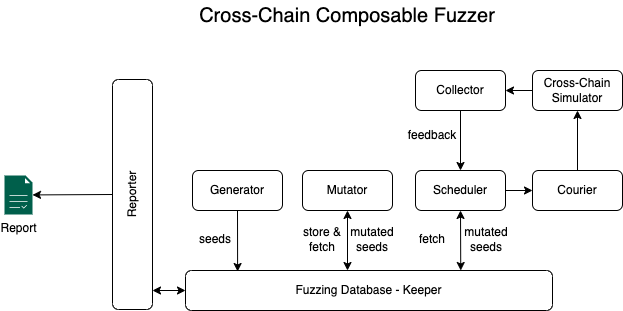
The draw.io diagram cross_chain_composable_fuzzer_architecture.drawio.png in lhymmEU/substrate_pallets_assembler, before a commit. Source tidied: cells renumbered, new cells last; positions are measured from the earlier drawing's top-left corner, leaving out a move shared by most shapes. Its diagram source:
```xml
<mxGraphModel>
  <root>
    <mxCell id="0" />
    <mxCell id="1" parent="0" />
    <mxCell id="2" value="Generator" style="rounded=1;whiteSpace=wrap;html=1;" parent="1" vertex="1">
      <mxGeometry x="188" y="170" width="90" height="40" as="geometry" />
    </mxCell>
    <mxCell id="3" value="Reporter" style="rounded=1;whiteSpace=wrap;html=1;rotation=-90;" parent="1" vertex="1">
      <mxGeometry x="13" y="174" width="230" height="40" as="geometry" />
    </mxCell>
    <mxCell id="4" value="Fuzzing Database - Keeper" style="rounded=1;whiteSpace=wrap;html=1;direction=west;rotation=0;" parent="1" vertex="1">
      <mxGeometry x="181" y="270" width="367" height="40" as="geometry" />
    </mxCell>
    <mxCell id="5" style="endArrow=classic;html=1;rounded=0;entryX=0.858;entryY=0.975;entryDx=0;entryDy=0;exitX=0.5;exitY=1;exitDx=0;exitDy=0;entryPerimeter=0;startArrow=none;startFill=0;" parent="1" edge="1" source="2" target="4">
      <mxGeometry relative="1" as="geometry" />
    </mxCell>
    <mxCell id="6" style="endArrow=classic;html=1;rounded=0;exitX=0.5;exitY=1;exitDx=0;exitDy=0;startArrow=classic;startFill=1;" parent="1" edge="1" source="9">
      <mxGeometry relative="1" as="geometry">
        <mxPoint x="343" y="270" as="targetPoint" />
      </mxGeometry>
    </mxCell>
    <mxCell id="7" style="endArrow=classic;html=1;rounded=0;exitX=0.5;exitY=1;exitDx=0;exitDy=0;entryX=0.25;entryY=1;entryDx=0;entryDy=0;startArrow=classic;startFill=1;" parent="1" edge="1" source="10" target="4">
      <mxGeometry relative="1" as="geometry" />
    </mxCell>
    <mxCell id="8" value="Cross-Chain Composable Fuzzer" style="text;html=1;strokeColor=none;fillColor=none;align=center;verticalAlign=middle;whiteSpace=wrap;rounded=0;fontSize=20;" parent="1" vertex="1">
      <mxGeometry x="183" width="320" height="30" as="geometry" />
    </mxCell>
    <mxCell id="9" value="Mutator" style="rounded=1;whiteSpace=wrap;html=1;" parent="1" vertex="1">
      <mxGeometry x="298" y="170" width="90" height="40" as="geometry" />
    </mxCell>
    <mxCell id="10" value="Scheduler" style="rounded=1;whiteSpace=wrap;html=1;" parent="1" vertex="1">
      <mxGeometry x="411" y="170" width="90" height="40" as="geometry" />
    </mxCell>
    <mxCell id="11" value="Courier" style="rounded=1;whiteSpace=wrap;html=1;" parent="1" vertex="1">
      <mxGeometry x="528" y="170" width="90" height="40" as="geometry" />
    </mxCell>
    <mxCell id="12" style="endArrow=classic;html=1;rounded=0;fontSize=20;entryX=0;entryY=0.5;entryDx=0;entryDy=0;exitX=1;exitY=0.5;exitDx=0;exitDy=0;" parent="1" edge="1" source="10" target="11">
      <mxGeometry relative="1" as="geometry" />
    </mxCell>
    <mxCell id="13" value="Collector" style="rounded=1;whiteSpace=wrap;html=1;" parent="1" vertex="1">
      <mxGeometry x="411" y="70" width="90" height="40" as="geometry" />
    </mxCell>
    <mxCell id="14" style="endArrow=classic;html=1;rounded=0;fontSize=16;exitX=0.5;exitY=1;exitDx=0;exitDy=0;entryX=0.5;entryY=0;entryDx=0;entryDy=0;" parent="1" edge="1" source="13" target="10">
      <mxGeometry relative="1" as="geometry" />
    </mxCell>
    <mxCell id="15" value="seeds" style="text;html=1;strokeColor=none;fillColor=none;align=center;verticalAlign=middle;whiteSpace=wrap;rounded=0;dashed=1;fontSize=12;" parent="1" vertex="1">
      <mxGeometry x="181" y="224" width="60" height="30" as="geometry" />
    </mxCell>
    <mxCell id="16" value="mutated seeds" style="text;html=1;strokeColor=none;fillColor=none;align=center;verticalAlign=middle;whiteSpace=wrap;rounded=0;dashed=1;fontSize=12;" parent="1" vertex="1">
      <mxGeometry x="338" y="224" width="60" height="30" as="geometry" />
    </mxCell>
    <mxCell id="17" value="store &amp;amp; fetch" style="text;html=1;strokeColor=none;fillColor=none;align=center;verticalAlign=middle;whiteSpace=wrap;rounded=0;dashed=1;fontSize=12;" parent="1" vertex="1">
      <mxGeometry x="288" y="224" width="60" height="30" as="geometry" />
    </mxCell>
    <mxCell id="18" value="fetch" style="text;html=1;strokeColor=none;fillColor=none;align=center;verticalAlign=middle;whiteSpace=wrap;rounded=0;dashed=1;fontSize=12;" parent="1" vertex="1">
      <mxGeometry x="398" y="224" width="60" height="30" as="geometry" />
    </mxCell>
    <mxCell id="19" value="mutated seeds" style="text;html=1;strokeColor=none;fillColor=none;align=center;verticalAlign=middle;whiteSpace=wrap;rounded=0;dashed=1;fontSize=12;" parent="1" vertex="1">
      <mxGeometry x="452" y="224" width="60" height="30" as="geometry" />
    </mxCell>
    <mxCell id="20" value="feedback" style="text;html=1;strokeColor=none;fillColor=none;align=center;verticalAlign=middle;whiteSpace=wrap;rounded=0;dashed=1;fontSize=12;" parent="1" vertex="1">
      <mxGeometry x="398" y="120" width="60" height="30" as="geometry" />
    </mxCell>
    <mxCell id="21" value="Report" style="sketch=0;shadow=0;dashed=0;html=1;strokeColor=none;fillColor=#005F4B;labelPosition=center;verticalLabelPosition=bottom;verticalAlign=top;align=center;outlineConnect=0;shape=mxgraph.veeam2.report;fontSize=12;" parent="1" vertex="1">
      <mxGeometry y="175" width="28" height="39" as="geometry" />
    </mxCell>
    <mxCell id="22" style="endArrow=classic;html=1;rounded=0;fontSize=12;exitX=0.5;exitY=0;exitDx=0;exitDy=0;" parent="1" edge="1" source="3" target="21">
      <mxGeometry relative="1" as="geometry" />
    </mxCell>
    <mxCell id="23" style="endArrow=classic;startArrow=classic;html=1;rounded=0;entryX=1;entryY=0.5;entryDx=0;entryDy=0;" parent="1" edge="1" target="4">
      <mxGeometry relative="1" as="geometry">
        <mxPoint x="148" y="290" as="sourcePoint" />
      </mxGeometry>
    </mxCell>
    <mxCell id="24" value="Cross-Chain Simulator" style="rounded=1;whiteSpace=wrap;html=1;" parent="1" vertex="1">
      <mxGeometry x="528" y="70" width="90" height="40" as="geometry" />
    </mxCell>
    <mxCell id="25" style="endArrow=classic;html=1;rounded=0;entryX=0.5;entryY=1;entryDx=0;entryDy=0;exitX=0.5;exitY=0;exitDx=0;exitDy=0;" parent="1" edge="1" source="11" target="24">
      <mxGeometry relative="1" as="geometry" />
    </mxCell>
    <mxCell id="26" style="endArrow=classic;html=1;rounded=0;entryX=1;entryY=0.5;entryDx=0;entryDy=0;exitX=0;exitY=0.5;exitDx=0;exitDy=0;" parent="1" edge="1" source="24" target="13">
      <mxGeometry relative="1" as="geometry" />
    </mxCell>
  </root>
</mxGraphModel>
```
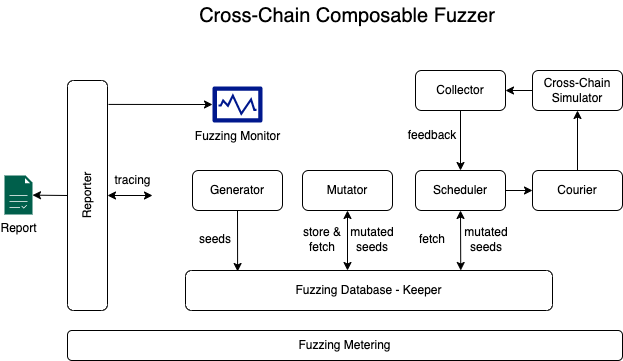
After the change.

Commit message:
update fuzzer design

Change to the diagram source:
```diff
@@ -6,7 +6,7 @@
       <mxGeometry x="188" y="170" width="90" height="40" as="geometry" />
     </mxCell>
     <mxCell id="3" value="Reporter" style="rounded=1;whiteSpace=wrap;html=1;rotation=-90;" parent="1" vertex="1">
-      <mxGeometry x="13" y="174" width="230" height="40" as="geometry" />
+      <mxGeometry x="-32" y="175" width="230" height="40" as="geometry" />
     </mxCell>
     <mxCell id="4" value="Fuzzing Database - Keeper" style="rounded=1;whiteSpace=wrap;html=1;direction=west;rotation=0;" parent="1" vertex="1">
       <mxGeometry x="181" y="270" width="367" height="40" as="geometry" />
@@ -67,9 +67,9 @@
     <mxCell id="22" style="endArrow=classic;html=1;rounded=0;fontSize=12;exitX=0.5;exitY=0;exitDx=0;exitDy=0;" parent="1" edge="1" source="3" target="21">
       <mxGeometry relative="1" as="geometry" />
     </mxCell>
-    <mxCell id="23" style="endArrow=classic;startArrow=classic;html=1;rounded=0;entryX=1;entryY=0.5;entryDx=0;entryDy=0;" parent="1" edge="1" target="4">
+    <mxCell id="23" style="endArrow=classic;startArrow=classic;html=1;rounded=0;exitX=0.5;exitY=1;exitDx=0;exitDy=0;" parent="1" edge="1" source="3">
       <mxGeometry relative="1" as="geometry">
-        <mxPoint x="148" y="290" as="sourcePoint" />
+        <mxPoint x="148" y="195" as="targetPoint" />
       </mxGeometry>
     </mxCell>
     <mxCell id="24" value="Cross-Chain Simulator" style="rounded=1;whiteSpace=wrap;html=1;" parent="1" vertex="1">
@@ -81,5 +81,17 @@
     <mxCell id="26" style="endArrow=classic;html=1;rounded=0;entryX=1;entryY=0.5;entryDx=0;entryDy=0;exitX=0;exitY=0.5;exitDx=0;exitDy=0;" parent="1" edge="1" source="24" target="13">
       <mxGeometry relative="1" as="geometry" />
     </mxCell>
+    <mxCell id="27" value="Fuzzing Monitor" style="sketch=0;shadow=0;dashed=0;html=1;strokeColor=none;labelPosition=center;verticalLabelPosition=bottom;verticalAlign=top;align=center;fillColor=#00188D;shape=mxgraph.mscae.enterprise.performance_monitor;" parent="1" vertex="1">
+      <mxGeometry x="208" y="86" width="50" height="36" as="geometry" />
+    </mxCell>
+    <mxCell id="28" value="tracing" style="text;html=1;align=center;verticalAlign=middle;strokeColor=none;fillColor=none;" parent="1" vertex="1">
+      <mxGeometry x="103" y="170" width="50" height="20" as="geometry" />
+    </mxCell>
+    <mxCell id="29" style="endArrow=classic;html=1;rounded=0;exitX=0.896;exitY=1.025;exitDx=0;exitDy=0;exitPerimeter=0;entryX=0;entryY=0.5;entryDx=0;entryDy=0;entryPerimeter=0;" parent="1" edge="1" source="3" target="27">
+      <mxGeometry relative="1" as="geometry" />
+    </mxCell>
+    <mxCell id="30" value="Fuzzing Metering" style="rounded=1;whiteSpace=wrap;html=1;" parent="1" vertex="1">
+      <mxGeometry x="63" y="330" width="555" height="30" as="geometry" />
+    </mxCell>
   </root>
 </mxGraphModel>
```
